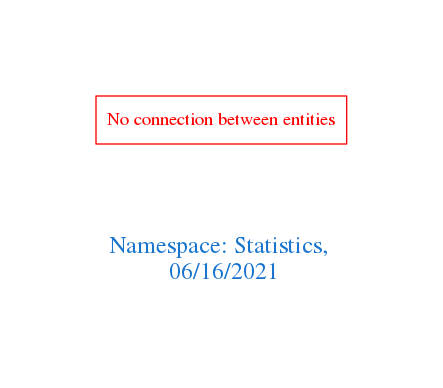
Before: downloads/Statistics.png, a diagram exported from Graphviz (arago/OGIT). Its source is kept beside it as downloads/Statistics.dot.
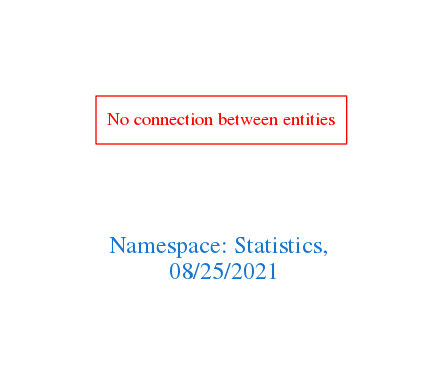
The same file after the commit.

Diff of the diagram source:
```diff
@@ -1,7 +1,7 @@
 digraph OGIT_ontology {
  graph [ rankdir= LR,pad=1
 fontsize = 18,
-fontcolor= dodgerblue3,label = "\n\n\nNamespace: Statistics, \n 06/16/2021"];
+fontcolor= dodgerblue3,label = "\n\n\nNamespace: Statistics, \n 08/25/2021"];
 node[shape=polygon];
 edge [  color="gray81"];
 
```
